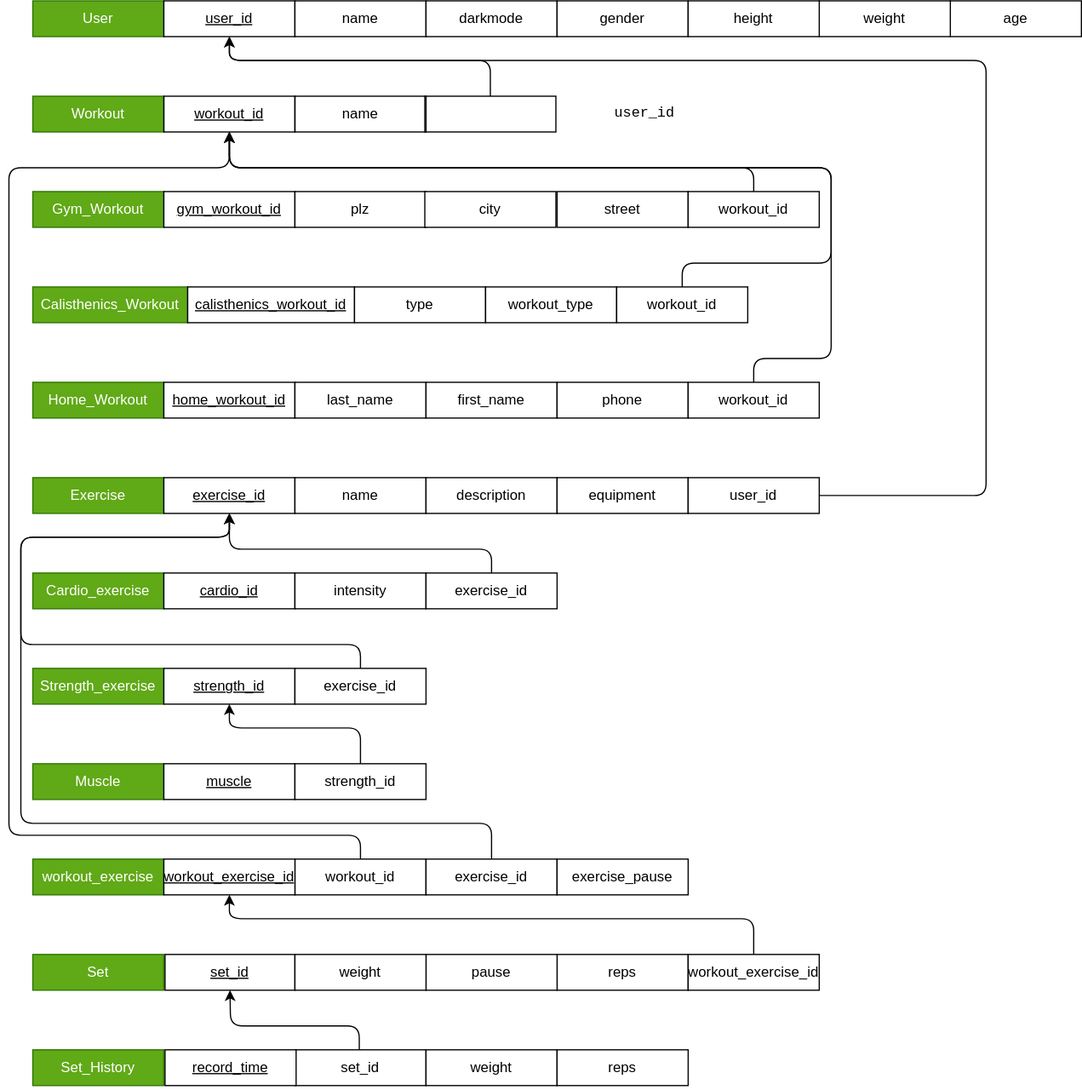
Johannes0220/DatabaseProject keeps this draw.io diagram as DataBase-RelationasSchema.drawio.svg. Above is the earlier version. Source tidied: cells renumbered, new cells last; positions are measured from the earlier drawing's top-left corner, leaving out a move shared by most shapes.
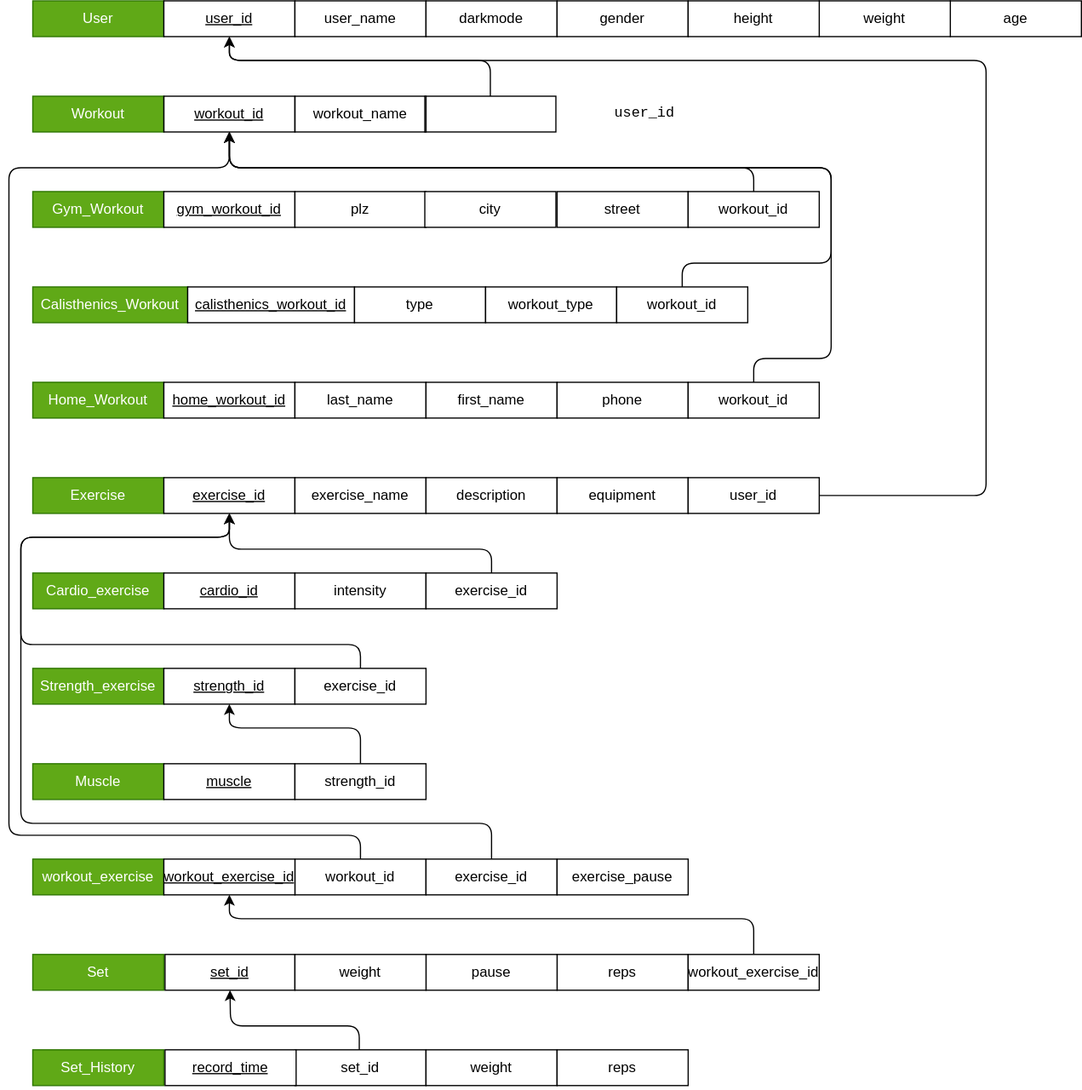
The same diagram one commit later.

The edit, as a diff of the source:
```diff
@@ -8,7 +8,7 @@
     <mxCell id="3" value="user_id" style="whiteSpace=wrap;html=1;fontStyle=4;" parent="1" vertex="1">
       <mxGeometry x="130" width="110" height="30" as="geometry" />
     </mxCell>
-    <mxCell id="4" value="name" style="whiteSpace=wrap;html=1;" parent="1" vertex="1">
+    <mxCell id="4" value="user_name" style="whiteSpace=wrap;html=1;" parent="1" vertex="1">
       <mxGeometry x="240" width="110" height="30" as="geometry" />
     </mxCell>
     <mxCell id="5" value="darkmode" style="whiteSpace=wrap;html=1;" parent="1" vertex="1">
@@ -32,7 +32,7 @@
     <mxCell id="11" value="&lt;u&gt;workout_id&lt;/u&gt;" style="whiteSpace=wrap;html=1;fillColor=none;" parent="1" vertex="1">
       <mxGeometry x="130" y="80" width="110" height="30" as="geometry" />
     </mxCell>
-    <mxCell id="12" value="name" style="whiteSpace=wrap;html=1;fillColor=none;" parent="1" vertex="1">
+    <mxCell id="12" value="workout_name" style="whiteSpace=wrap;html=1;fillColor=none;" parent="1" vertex="1">
       <mxGeometry x="240" y="80" width="110" height="30" as="geometry" />
     </mxCell>
     <mxCell id="13" style="edgeStyle=none;html=1;exitX=0.5;exitY=0;exitDx=0;exitDy=0;entryX=0.5;entryY=1;entryDx=0;entryDy=0;" parent="1" edge="1" source="14" target="3">
@@ -52,7 +52,7 @@
     <mxCell id="16" value="&lt;u&gt;exercise_id&lt;/u&gt;" style="whiteSpace=wrap;html=1;" parent="1" vertex="1">
       <mxGeometry x="130" y="400" width="110" height="30" as="geometry" />
     </mxCell>
-    <mxCell id="17" value="name" style="whiteSpace=wrap;html=1;" parent="1" vertex="1">
+    <mxCell id="17" value="exercise_name" style="whiteSpace=wrap;html=1;" parent="1" vertex="1">
       <mxGeometry x="240" y="400" width="110" height="30" as="geometry" />
     </mxCell>
     <mxCell id="18" value="description" style="whiteSpace=wrap;html=1;" parent="1" vertex="1">
```
